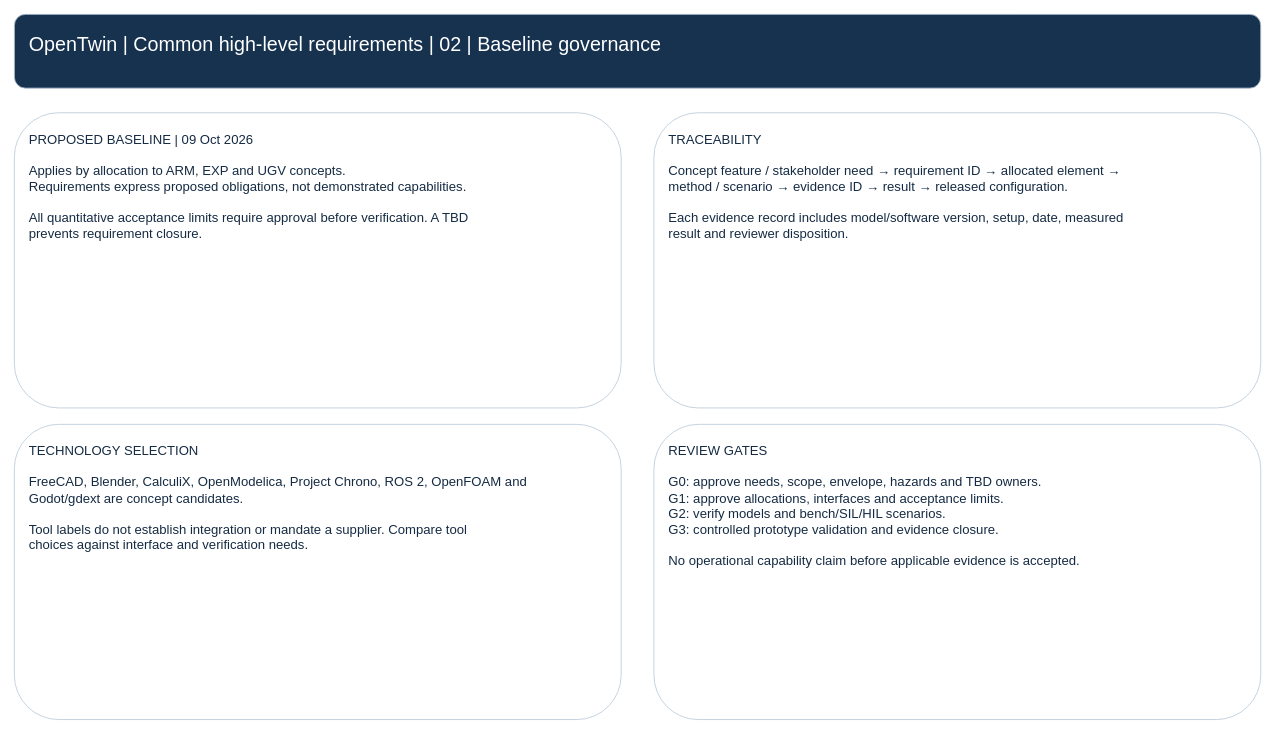
The draw.io diagram page "02 | Baseline governance" (2 of 2) of MBSE/CAS/Drawio/opentwin-common-high-level-requirements.drawio in robotics-intelligent-systems/jfxai4mass, before the edit. Source tidied: cells renumbered, new cells numbered last; positions are measured from the earlier drawing's top-left corner, leaving out a move shared by most shapes. Both pictures are drawn from the tidied source at 82%, with x=0, y=0 at pixel (14, 14).
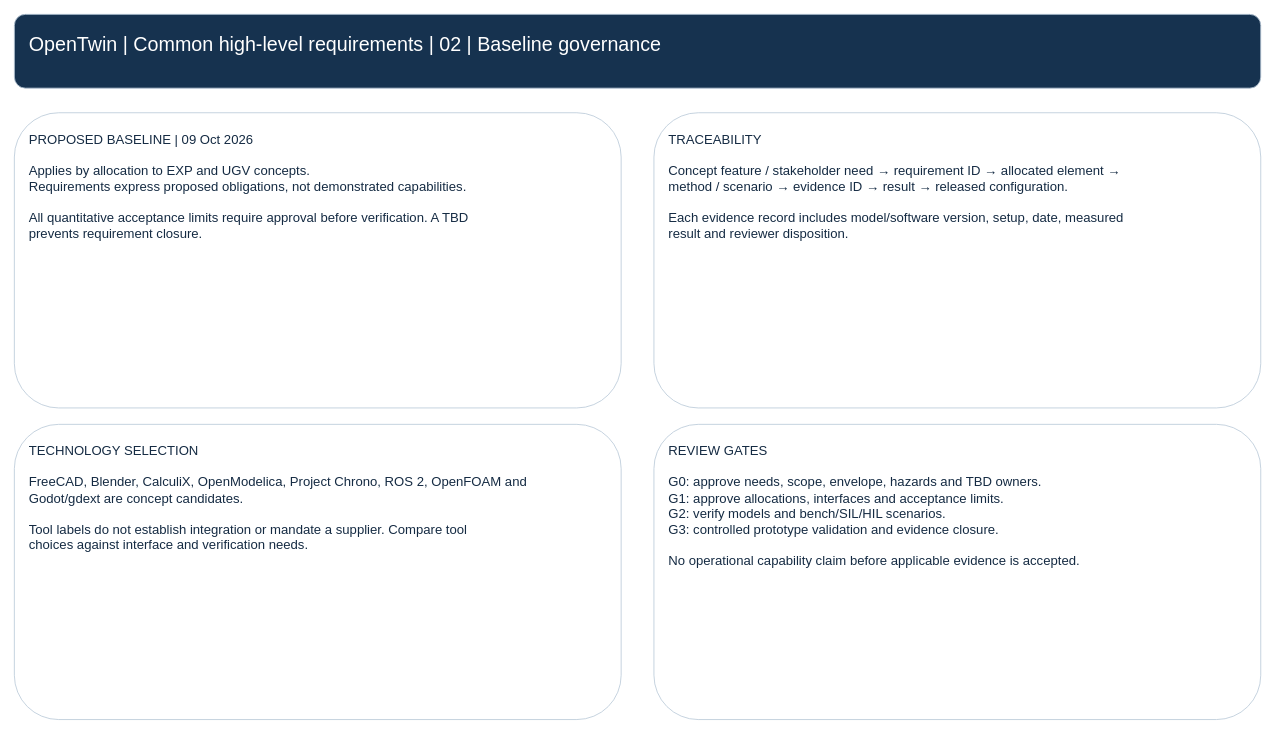
After the change.

The edit, as a diff of the source:
```diff
@@
 <mxGraphModel>
   <root>
     <mxCell id="0" />
     <mxCell id="1" parent="0" />
     <mxCell id="2" value="OpenTwin | Common high-level requirements | 02 | Baseline governance" style="rounded=1;whiteSpace=wrap;html=1;align=left;verticalAlign=top;spacing=18;fontSize=24;fontColor=#ffffff;fillColor=#16324f;strokeColor=#bac9d8;" parent="1" vertex="1">
       <mxGeometry width="1520" height="90" as="geometry" />
     </mxCell>
-    <mxCell id="3" value="PROPOSED BASELINE | 09 Oct 2026&lt;br&gt;&lt;br&gt;Applies by allocation to ARM, EXP and UGV concepts.&lt;br&gt;Requirements express proposed obligations, not demonstrated capabilities.&lt;br&gt;&lt;br&gt;All quantitative acceptance limits require approval before verification. A TBD&lt;br&gt;prevents requirement closure." style="rounded=1;whiteSpace=wrap;html=1;align=left;verticalAlign=top;spacing=18;fontSize=16;fontColor=#152b43;fillColor=#ffffff;strokeColor=#bac9d8;" parent="1" vertex="1">
+    <mxCell id="3" value="PROPOSED BASELINE | 09 Oct 2026&lt;br&gt;&lt;br&gt;Applies by allocation to EXP and UGV concepts.&lt;br&gt;Requirements express proposed obligations, not demonstrated capabilities.&lt;br&gt;&lt;br&gt;All quantitative acceptance limits require approval before verification. A TBD&lt;br&gt;prevents requirement closure." style="rounded=1;whiteSpace=wrap;html=1;align=left;verticalAlign=top;spacing=18;fontSize=16;fontColor=#152b43;fillColor=#ffffff;strokeColor=#bac9d8;" parent="1" vertex="1">
       <mxGeometry y="120" width="740" height="360" as="geometry" />
     </mxCell>
     <mxCell id="4" value="TRACEABILITY&lt;br&gt;&lt;br&gt;Concept feature / stakeholder need → requirement ID → allocated element →&lt;br&gt;method / scenario → evidence ID → result → released configuration.&lt;br&gt;&lt;br&gt;Each evidence record includes model/software version, setup, date, measured&lt;br&gt;result and reviewer disposition." style="rounded=1;whiteSpace=wrap;html=1;align=left;verticalAlign=top;spacing=18;fontSize=16;fontColor=#152b43;fillColor=#ffffff;strokeColor=#bac9d8;" parent="1" vertex="1">
       <mxGeometry x="780" y="120" width="740" height="360" as="geometry" />
     </mxCell>
     <mxCell id="5" value="TECHNOLOGY SELECTION&lt;br&gt;&lt;br&gt;FreeCAD, Blender, CalculiX, OpenModelica, Project Chrono, ROS 2, OpenFOAM and&lt;br&gt;Godot/gdext are concept candidates.&lt;br&gt;&lt;br&gt;Tool labels do not establish integration or mandate a supplier. Compare tool&lt;br&gt;choices against interface and verification needs." style="rounded=1;whiteSpace=wrap;html=1;align=left;verticalAlign=top;spacing=18;fontSize=16;fontColor=#152b43;fillColor=#ffffff;strokeColor=#bac9d8;" parent="1" vertex="1">
       <mxGeometry y="500" width="740" height="360" as="geometry" />
     </mxCell>
     <mxCell id="6" value="REVIEW GATES&lt;br&gt;&lt;br&gt;G0: approve needs, scope, envelope, hazards and TBD owners.&lt;br&gt;G1: approve allocations, interfaces and acceptance limits.&lt;br&gt;G2: verify models and bench/SIL/HIL scenarios.&lt;br&gt;G3: controlled prototype validation and evidence closure.&lt;br&gt;&lt;br&gt;No operational capability claim before applicable evidence is accepted." style="rounded=1;whiteSpace=wrap;html=1;align=left;verticalAlign=top;spacing=18;fontSize=16;fontColor=#152b43;fillColor=#ffffff;strokeColor=#bac9d8;" parent="1" vertex="1">
       <mxGeometry x="780" y="500" width="740" height="360" as="geometry" />
     </mxCell>
   </root>
 </mxGraphModel>
```
